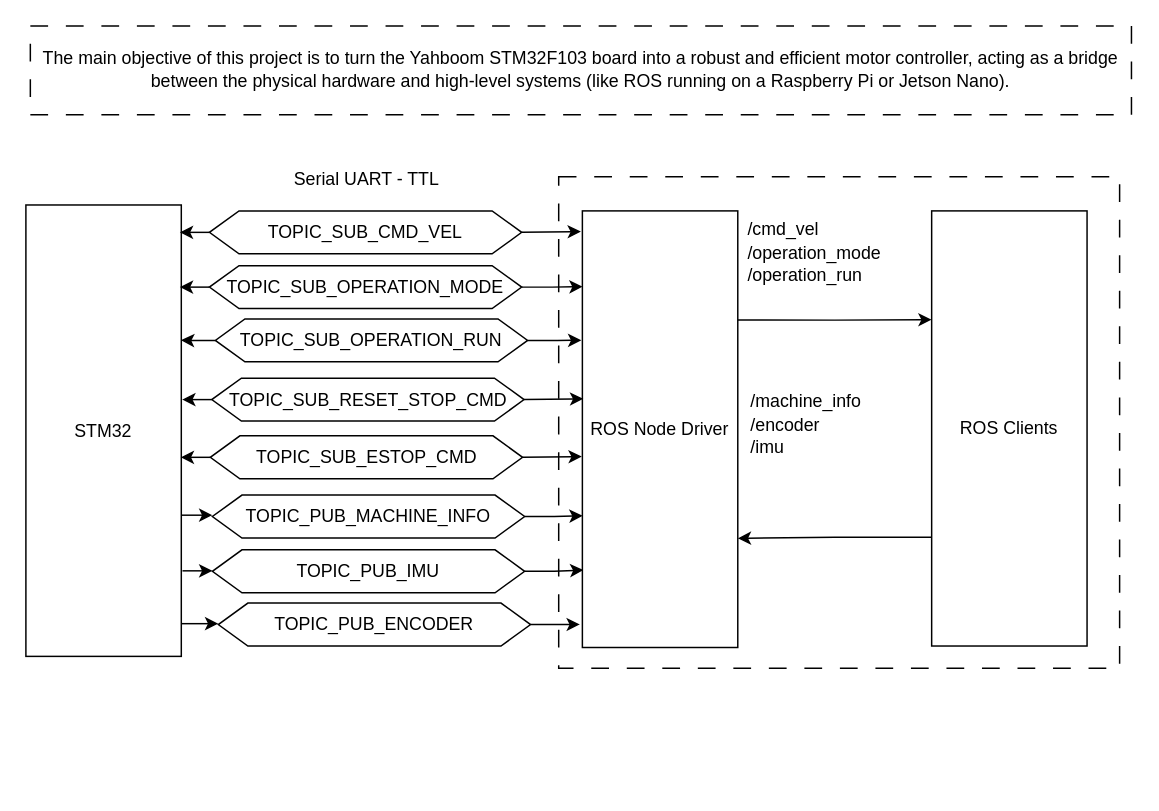
The draw.io diagram page "General" (1 of 5) of docs/device.drawio in ipobletev/yahboom-stm32f103-ros-boardcontrol, before the edit. Source tidied: cells renumbered, new cells numbered last; positions are measured from the earlier drawing's top-left corner, leaving out a move shared by most shapes. Both pictures are drawn from the tidied source at 148%, with x=0, y=0 at pixel (25, 25).
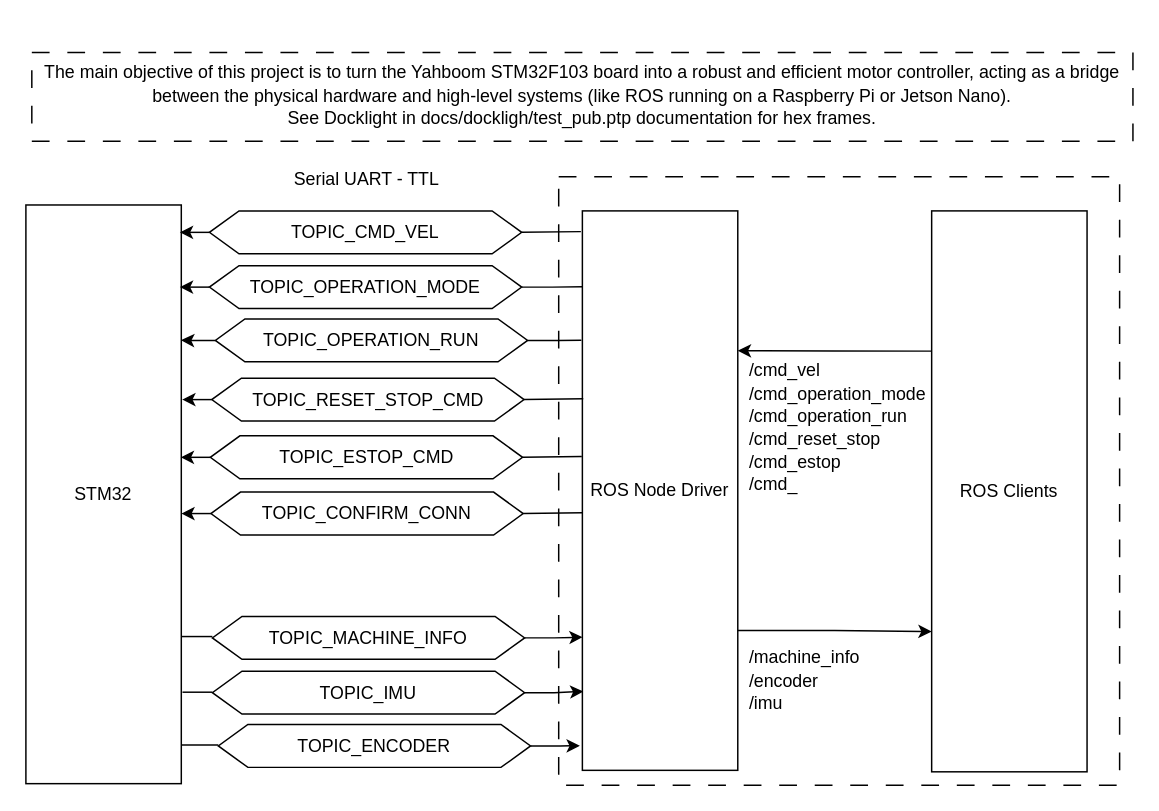
The same page after the edit.

Commit message (it also covers changes not shown here):
added TOPIC_SUB_CONFIRM_CONN feature

Change to the diagram source:
```diff
@@
     <mxCell id="2" style="rounded=0;whiteSpace=wrap;html=1;hachureGap=4;fontFamily=Architects Daughter;dashed=1;dashPattern=12 12;" parent="1" vertex="1">
-      <mxGeometry x="360" y="102" width="379" height="332" as="geometry" />
+      <mxGeometry x="360" y="102" width="379" height="411" as="geometry" />
     </mxCell>
@@
     <mxCell id="4" value="&lt;font face=&quot;Helvetica&quot;&gt;STM32&lt;/font&gt;" style="rounded=0;whiteSpace=wrap;html=1;hachureGap=4;fontFamily=Architects Daughter;" parent="1" vertex="1">
-      <mxGeometry y="121" width="105" height="305" as="geometry" />
+      <mxGeometry y="121" width="105" height="391" as="geometry" />
     </mxCell>
@@
-    <mxCell id="6" value="&lt;font face=&quot;Helvetica&quot;&gt;TOPIC_SUB_CMD_VEL&lt;/font&gt;" style="shape=hexagon;perimeter=hexagonPerimeter2;whiteSpace=wrap;html=1;fixedSize=1;hachureGap=4;fontFamily=Architects Daughter;" parent="1" vertex="1">
+    <mxCell id="6" value="&lt;font face=&quot;Helvetica&quot;&gt;TOPIC_CMD_VEL&lt;/font&gt;" style="shape=hexagon;perimeter=hexagonPerimeter2;whiteSpace=wrap;html=1;fixedSize=1;hachureGap=4;fontFamily=Architects Daughter;" parent="1" vertex="1">
       <mxGeometry x="124" y="125" width="211" height="29" as="geometry" />
     </mxCell>
-    <mxCell id="7" style="edgeStyle=orthogonalEdgeStyle;rounded=0;hachureGap=4;jettySize=auto;html=1;exitX=1;exitY=0.5;exitDx=0;exitDy=0;fontFamily=Architects Daughter;" parent="1" edge="1" source="9">
+    <mxCell id="7" style="edgeStyle=orthogonalEdgeStyle;rounded=0;hachureGap=4;jettySize=auto;html=1;exitX=1;exitY=0.5;exitDx=0;exitDy=0;fontFamily=Architects Daughter;endArrow=none;endFill=0;" parent="1" edge="1" source="9">
       <mxGeometry relative="1" as="geometry">
         <mxPoint x="376.2" y="176.2" as="targetPoint" />
       </mxGeometry>
     </mxCell>
@@
-    <mxCell id="9" value="&lt;font face=&quot;Helvetica&quot;&gt;TOPIC_SUB_OPERATION_MODE&lt;/font&gt;" style="shape=hexagon;perimeter=hexagonPerimeter2;whiteSpace=wrap;html=1;fixedSize=1;hachureGap=4;fontFamily=Architects Daughter;" parent="1" vertex="1">
+    <mxCell id="9" value="&lt;font face=&quot;Helvetica&quot;&gt;TOPIC_OPERATION_MODE&lt;/font&gt;" style="shape=hexagon;perimeter=hexagonPerimeter2;whiteSpace=wrap;html=1;fixedSize=1;hachureGap=4;fontFamily=Architects Daughter;" parent="1" vertex="1">
       <mxGeometry x="124" y="162" width="211" height="29" as="geometry" />
     </mxCell>
-    <mxCell id="10" style="edgeStyle=orthogonalEdgeStyle;rounded=0;hachureGap=4;jettySize=auto;html=1;fontFamily=Architects Daughter;" parent="1" edge="1" source="12">
+    <mxCell id="10" style="edgeStyle=orthogonalEdgeStyle;rounded=0;hachureGap=4;jettySize=auto;html=1;fontFamily=Architects Daughter;endArrow=none;endFill=0;" parent="1" edge="1" source="12">
       <mxGeometry relative="1" as="geometry">
         <mxPoint x="375.3" y="212.4" as="targetPoint" />
       </mxGeometry>
     </mxCell>
@@
-    <mxCell id="12" value="&lt;font face=&quot;Helvetica&quot;&gt;TOPIC_SUB_OPERATION_RUN&lt;/font&gt;" style="shape=hexagon;perimeter=hexagonPerimeter2;whiteSpace=wrap;html=1;fixedSize=1;hachureGap=4;fontFamily=Architects Daughter;" parent="1" vertex="1">
+    <mxCell id="12" value="&lt;font face=&quot;Helvetica&quot;&gt;TOPIC_OPERATION_RUN&lt;/font&gt;" style="shape=hexagon;perimeter=hexagonPerimeter2;whiteSpace=wrap;html=1;fixedSize=1;hachureGap=4;fontFamily=Architects Daughter;" parent="1" vertex="1">
       <mxGeometry x="128" y="198" width="211" height="29" as="geometry" />
     </mxCell>
     <mxCell id="13" style="edgeStyle=orthogonalEdgeStyle;rounded=0;hachureGap=4;jettySize=auto;html=1;fontFamily=Architects Daughter;" parent="1" edge="1" source="15">
       <mxGeometry relative="1" as="geometry">
-        <mxPoint x="376.2" y="331" as="targetPoint" />
+        <mxPoint x="376.2" y="413" as="targetPoint" />
       </mxGeometry>
     </mxCell>
-    <mxCell id="14" style="edgeStyle=orthogonalEdgeStyle;rounded=0;hachureGap=4;jettySize=auto;html=1;exitX=0;exitY=0.5;exitDx=0;exitDy=0;fontFamily=Architects Daughter;entryX=0;entryY=0.5;entryDx=0;entryDy=0;" parent="1" edge="1" target="15">
+    <mxCell id="14" style="edgeStyle=orthogonalEdgeStyle;rounded=0;hachureGap=4;jettySize=auto;html=1;exitX=0;exitY=0.5;exitDx=0;exitDy=0;fontFamily=Architects Daughter;entryX=0;entryY=0.5;entryDx=0;entryDy=0;endArrow=none;endFill=0;" parent="1" edge="1" target="15">
       <mxGeometry relative="1" as="geometry">
-        <mxPoint x="104.8" y="330.6" as="sourcePoint" />
+        <mxPoint x="104.8" y="412.6" as="sourcePoint" />
       </mxGeometry>
     </mxCell>
-    <mxCell id="15" value="&lt;font face=&quot;Helvetica&quot;&gt;TOPIC_PUB_MACHINE_INFO&lt;/font&gt;" style="shape=hexagon;perimeter=hexagonPerimeter2;whiteSpace=wrap;html=1;fixedSize=1;hachureGap=4;fontFamily=Architects Daughter;" parent="1" vertex="1">
-      <mxGeometry x="126" y="317" width="211" height="29" as="geometry" />
+    <mxCell id="15" value="&lt;font face=&quot;Helvetica&quot;&gt;TOPIC_MACHINE_INFO&lt;/font&gt;" style="shape=hexagon;perimeter=hexagonPerimeter2;whiteSpace=wrap;html=1;fixedSize=1;hachureGap=4;fontFamily=Architects Daughter;" parent="1" vertex="1">
+      <mxGeometry x="126" y="399" width="211" height="29" as="geometry" />
     </mxCell>
     <mxCell id="16" style="edgeStyle=orthogonalEdgeStyle;rounded=0;hachureGap=4;jettySize=auto;html=1;fontFamily=Architects Daughter;" parent="1" edge="1" source="18">
       <mxGeometry relative="1" as="geometry">
-        <mxPoint x="376.7" y="367.7" as="targetPoint" />
+        <mxPoint x="376.7" y="449.7" as="targetPoint" />
       </mxGeometry>
     </mxCell>
-    <mxCell id="17" style="edgeStyle=orthogonalEdgeStyle;rounded=0;hachureGap=4;jettySize=auto;html=1;exitX=0;exitY=0.5;exitDx=0;exitDy=0;fontFamily=Architects Daughter;entryX=0;entryY=0.5;entryDx=0;entryDy=0;" parent="1" edge="1" target="18">
+    <mxCell id="17" style="edgeStyle=orthogonalEdgeStyle;rounded=0;hachureGap=4;jettySize=auto;html=1;exitX=0;exitY=0.5;exitDx=0;exitDy=0;fontFamily=Architects Daughter;entryX=0;entryY=0.5;entryDx=0;entryDy=0;endArrow=none;endFill=0;" parent="1" edge="1" target="18">
       <mxGeometry relative="1" as="geometry">
-        <mxPoint x="105.8" y="368.2" as="sourcePoint" />
+        <mxPoint x="105.8" y="450.2" as="sourcePoint" />
       </mxGeometry>
     </mxCell>
-    <mxCell id="18" value="&lt;font face=&quot;Helvetica&quot;&gt;TOPIC_PUB_IMU&lt;/font&gt;" style="shape=hexagon;perimeter=hexagonPerimeter2;whiteSpace=wrap;html=1;fixedSize=1;hachureGap=4;fontFamily=Architects Daughter;" parent="1" vertex="1">
-      <mxGeometry x="126" y="354" width="211" height="29" as="geometry" />
+    <mxCell id="18" value="&lt;font face=&quot;Helvetica&quot;&gt;TOPIC_IMU&lt;/font&gt;" style="shape=hexagon;perimeter=hexagonPerimeter2;whiteSpace=wrap;html=1;fixedSize=1;hachureGap=4;fontFamily=Architects Daughter;" parent="1" vertex="1">
+      <mxGeometry x="126" y="436" width="211" height="29" as="geometry" />
     </mxCell>
     <mxCell id="19" style="edgeStyle=orthogonalEdgeStyle;rounded=0;hachureGap=4;jettySize=auto;html=1;fontFamily=Architects Daughter;" parent="1" edge="1" source="21">
       <mxGeometry relative="1" as="geometry">
-        <mxPoint x="374.3" y="404.4" as="targetPoint" />
+        <mxPoint x="374.3" y="486.4" as="targetPoint" />
       </mxGeometry>
     </mxCell>
-    <mxCell id="20" style="edgeStyle=orthogonalEdgeStyle;rounded=0;hachureGap=4;jettySize=auto;html=1;exitX=0;exitY=0.5;exitDx=0;exitDy=0;fontFamily=Architects Daughter;entryX=0;entryY=0.5;entryDx=0;entryDy=0;" parent="1" edge="1" target="21">
+    <mxCell id="20" style="edgeStyle=orthogonalEdgeStyle;rounded=0;hachureGap=4;jettySize=auto;html=1;exitX=0;exitY=0.5;exitDx=0;exitDy=0;fontFamily=Architects Daughter;entryX=0;entryY=0.5;entryDx=0;entryDy=0;endArrow=none;endFill=0;" parent="1" edge="1" target="21">
       <mxGeometry relative="1" as="geometry">
-        <mxPoint x="105.3" y="403.9" as="sourcePoint" />
+        <mxPoint x="105.3" y="485.9" as="sourcePoint" />
       </mxGeometry>
     </mxCell>
-    <mxCell id="21" value="&lt;font face=&quot;Helvetica&quot;&gt;TOPIC_PUB_ENCODER&lt;/font&gt;" style="shape=hexagon;perimeter=hexagonPerimeter2;whiteSpace=wrap;html=1;fixedSize=1;hachureGap=4;fontFamily=Architects Daughter;" parent="1" vertex="1">
-      <mxGeometry x="130" y="390" width="211" height="29" as="geometry" />
+    <mxCell id="21" value="&lt;font face=&quot;Helvetica&quot;&gt;TOPIC_ENCODER&lt;/font&gt;" style="shape=hexagon;perimeter=hexagonPerimeter2;whiteSpace=wrap;html=1;fixedSize=1;hachureGap=4;fontFamily=Architects Daughter;" parent="1" vertex="1">
+      <mxGeometry x="130" y="472" width="211" height="29" as="geometry" />
     </mxCell>
-    <mxCell id="22" style="edgeStyle=orthogonalEdgeStyle;rounded=0;hachureGap=4;jettySize=auto;html=1;exitX=1;exitY=0.25;exitDx=0;exitDy=0;entryX=0;entryY=0.25;entryDx=0;entryDy=0;fontFamily=Architects Daughter;" parent="1" edge="1" source="23" target="27">
+    <mxCell id="22" style="edgeStyle=orthogonalEdgeStyle;rounded=0;hachureGap=4;jettySize=auto;html=1;exitX=0;exitY=0.25;exitDx=0;exitDy=0;entryX=1;entryY=0.25;entryDx=0;entryDy=0;fontFamily=Architects Daughter;" parent="1" edge="1" source="27" target="23">
       <mxGeometry relative="1" as="geometry" />
     </mxCell>
     <mxCell id="23" value="&lt;font face=&quot;Helvetica&quot;&gt;ROS Node Driver&lt;/font&gt;" style="rounded=0;whiteSpace=wrap;html=1;hachureGap=4;fontFamily=Architects Daughter;" parent="1" vertex="1">
-      <mxGeometry x="376" y="125" width="105" height="295" as="geometry" />
+      <mxGeometry x="376" y="125" width="105" height="378" as="geometry" />
     </mxCell>
     <mxCell id="24" value="&lt;span style=&quot;font-family: Helvetica;&quot;&gt;/machine_info&lt;/span&gt;&lt;br style=&quot;font-family: Helvetica;&quot;&gt;&lt;font face=&quot;Helvetica&quot;&gt;/encoder&lt;/font&gt;&lt;br&gt;&lt;font face=&quot;Helvetica&quot;&gt;/imu&lt;br&gt;&lt;/font&gt;" style="text;html=1;align=left;verticalAlign=middle;strokeColor=none;fillColor=none;fontFamily=Architects Daughter;" parent="1" vertex="1">
-      <mxGeometry x="487.5" y="241" width="93" height="58" as="geometry" />
+      <mxGeometry x="487" y="414" width="93" height="58" as="geometry" />
     </mxCell>
-    <mxCell id="25" value="&lt;font face=&quot;Helvetica&quot;&gt;/cmd_vel&lt;/font&gt;&lt;br&gt;&lt;font face=&quot;Helvetica&quot;&gt;/operation_mode&lt;br&gt;/operation_run&lt;br&gt;&lt;/font&gt;" style="text;html=1;align=left;verticalAlign=middle;strokeColor=none;fillColor=none;fontFamily=Architects Daughter;" parent="1" vertex="1">
-      <mxGeometry x="486" y="125" width="108" height="58" as="geometry" />
+    <mxCell id="25" value="&lt;font face=&quot;Helvetica&quot;&gt;/cmd_vel&lt;/font&gt;&lt;br&gt;&lt;font face=&quot;Helvetica&quot;&gt;/&lt;/font&gt;&lt;span style=&quot;font-family: Helvetica;&quot;&gt;cmd_&lt;/span&gt;&lt;font face=&quot;Helvetica&quot;&gt;operation_mode&lt;br&gt;/&lt;/font&gt;&lt;span style=&quot;font-family: Helvetica;&quot;&gt;cmd_&lt;/span&gt;&lt;font face=&quot;Helvetica&quot;&gt;operation_run&lt;br&gt;&lt;/font&gt;&lt;div&gt;&lt;font face=&quot;Helvetica&quot;&gt;/&lt;/font&gt;&lt;span style=&quot;font-family: Helvetica; background-color: initial;&quot;&gt;cmd_&lt;/span&gt;&lt;span style=&quot;font-family: Helvetica; background-color: initial;&quot;&gt;reset_stop&lt;/span&gt;&lt;/div&gt;&lt;div&gt;&lt;font face=&quot;Helvetica&quot;&gt;/cmd_estop&lt;/font&gt;&lt;/div&gt;&lt;div&gt;&lt;font face=&quot;Helvetica&quot;&gt;/&lt;/font&gt;&lt;span style=&quot;font-family: Helvetica; background-color: initial;&quot;&gt;cmd_&lt;/span&gt;&lt;/div&gt;" style="text;html=1;align=left;verticalAlign=middle;strokeColor=none;fillColor=none;fontFamily=Architects Daughter;" parent="1" vertex="1">
+      <mxGeometry x="487" y="220" width="137" height="104" as="geometry" />
     </mxCell>
-    <mxCell id="26" style="edgeStyle=orthogonalEdgeStyle;rounded=0;hachureGap=4;jettySize=auto;html=1;exitX=0;exitY=0.75;exitDx=0;exitDy=0;entryX=1;entryY=0.75;entryDx=0;entryDy=0;fontFamily=Architects Daughter;" parent="1" edge="1" source="27" target="23">
+    <mxCell id="26" style="edgeStyle=orthogonalEdgeStyle;rounded=0;hachureGap=4;jettySize=auto;html=1;exitX=1;exitY=0.75;exitDx=0;exitDy=0;entryX=0;entryY=0.75;entryDx=0;entryDy=0;fontFamily=Architects Daughter;" parent="1" edge="1" source="23" target="27">
       <mxGeometry relative="1" as="geometry" />
     </mxCell>
     <mxCell id="27" value="&lt;font face=&quot;Helvetica&quot;&gt;ROS Clients&lt;/font&gt;" style="rounded=0;whiteSpace=wrap;html=1;hachureGap=4;fontFamily=Architects Daughter;" parent="1" vertex="1">
-      <mxGeometry x="612" y="125" width="105" height="294" as="geometry" />
+      <mxGeometry x="612" y="125" width="105" height="379" as="geometry" />
     </mxCell>
-    <mxCell id="28" style="edgeStyle=orthogonalEdgeStyle;rounded=0;hachureGap=4;jettySize=auto;html=1;exitX=1;exitY=0.5;exitDx=0;exitDy=0;fontFamily=Architects Daughter;" parent="1" edge="1" source="6">
+    <mxCell id="28" style="edgeStyle=orthogonalEdgeStyle;rounded=0;hachureGap=4;jettySize=auto;html=1;exitX=1;exitY=0.5;exitDx=0;exitDy=0;fontFamily=Architects Daughter;endArrow=none;endFill=0;" parent="1" edge="1" source="6">
       <mxGeometry relative="1" as="geometry">
         <mxPoint x="375" y="139" as="targetPoint" />
       </mxGeometry>
     </mxCell>
@@
-    <mxCell id="30" value="&lt;font face=&quot;Helvetica&quot;&gt;TOPIC_SUB_RESET_STOP_CMD&lt;/font&gt;" style="shape=hexagon;perimeter=hexagonPerimeter2;whiteSpace=wrap;html=1;fixedSize=1;hachureGap=4;fontFamily=Architects Daughter;" parent="1" vertex="1">
+    <mxCell id="30" value="&lt;font face=&quot;Helvetica&quot;&gt;TOPIC_RESET_STOP_CMD&lt;/font&gt;" style="shape=hexagon;perimeter=hexagonPerimeter2;whiteSpace=wrap;html=1;fixedSize=1;hachureGap=4;fontFamily=Architects Daughter;" parent="1" vertex="1">
       <mxGeometry x="125.6" y="238" width="211" height="29" as="geometry" />
     </mxCell>
-    <mxCell id="31" style="edgeStyle=orthogonalEdgeStyle;rounded=0;hachureGap=4;jettySize=auto;html=1;exitX=1;exitY=0.5;exitDx=0;exitDy=0;fontFamily=Architects Daughter;" parent="1" edge="1" source="30">
+    <mxCell id="31" style="edgeStyle=orthogonalEdgeStyle;rounded=0;hachureGap=4;jettySize=auto;html=1;exitX=1;exitY=0.5;exitDx=0;exitDy=0;fontFamily=Architects Daughter;endArrow=none;endFill=0;" parent="1" edge="1" source="30">
       <mxGeometry relative="1" as="geometry">
         <mxPoint x="376.6" y="252" as="targetPoint" />
       </mxGeometry>
     </mxCell>
@@
-    <mxCell id="33" value="&lt;font face=&quot;Helvetica&quot;&gt;TOPIC_SUB_ESTOP_CMD&lt;/font&gt;" style="shape=hexagon;perimeter=hexagonPerimeter2;whiteSpace=wrap;html=1;fixedSize=1;hachureGap=4;fontFamily=Architects Daughter;" parent="1" vertex="1">
+    <mxCell id="33" value="&lt;font face=&quot;Helvetica&quot;&gt;TOPIC_ESTOP_CMD&lt;/font&gt;" style="shape=hexagon;perimeter=hexagonPerimeter2;whiteSpace=wrap;html=1;fixedSize=1;hachureGap=4;fontFamily=Architects Daughter;" parent="1" vertex="1">
       <mxGeometry x="124.6" y="277" width="211" height="29" as="geometry" />
     </mxCell>
-    <mxCell id="34" style="edgeStyle=orthogonalEdgeStyle;rounded=0;hachureGap=4;jettySize=auto;html=1;exitX=1;exitY=0.5;exitDx=0;exitDy=0;fontFamily=Architects Daughter;" parent="1" edge="1" source="33">
+    <mxCell id="34" style="edgeStyle=orthogonalEdgeStyle;rounded=0;hachureGap=4;jettySize=auto;html=1;exitX=1;exitY=0.5;exitDx=0;exitDy=0;fontFamily=Architects Daughter;endArrow=none;endFill=0;" parent="1" edge="1" source="33">
       <mxGeometry relative="1" as="geometry">
         <mxPoint x="375.6" y="291" as="targetPoint" />
       </mxGeometry>
     </mxCell>
-    <mxCell id="35" value="&lt;font face=&quot;Helvetica&quot;&gt;The main objective of this project is to turn the Yahboom STM32F103 board into a robust and efficient motor controller, acting as a bridge between the physical hardware and high-level systems (like ROS running on a Raspberry Pi or Jetson Nano).&lt;/font&gt;" style="rounded=0;whiteSpace=wrap;html=1;hachureGap=4;fontFamily=Architects Daughter;dashed=1;dashPattern=12 12;" parent="1" vertex="1">
-      <mxGeometry x="3" width="744" height="60" as="geometry" />
+    <mxCell id="35" value="&lt;font face=&quot;Helvetica&quot;&gt;The main objective of this project is to turn the Yahboom STM32F103 board into a robust and efficient motor controller, acting as a bridge between the physical hardware and high-level systems (like ROS running on a Raspberry Pi or Jetson Nano). &lt;br&gt;See Docklight in docs/dockligh/test_pub.ptp&amp;nbsp;documentation for hex frames.&lt;/font&gt;" style="rounded=0;whiteSpace=wrap;html=1;hachureGap=4;fontFamily=Architects Daughter;dashed=1;dashPattern=12 12;" parent="1" vertex="1">
+      <mxGeometry x="4" y="18" width="744" height="60" as="geometry" />
     </mxCell>
+    <mxCell id="36" style="edgeStyle=orthogonalEdgeStyle;rounded=0;hachureGap=4;jettySize=auto;html=1;fontFamily=Architects Daughter;" parent="1" edge="1" source="37">
+      <mxGeometry relative="1" as="geometry">
+        <mxPoint x="104.4" y="329.1" as="targetPoint" />
+      </mxGeometry>
+    </mxCell>
+    <mxCell id="37" value="&lt;font face=&quot;Helvetica&quot;&gt;TOPIC_CONFIRM_CONN&lt;/font&gt;" style="shape=hexagon;perimeter=hexagonPerimeter2;whiteSpace=wrap;html=1;fixedSize=1;hachureGap=4;fontFamily=Architects Daughter;" parent="1" vertex="1">
+      <mxGeometry x="125" y="315" width="211" height="29" as="geometry" />
+    </mxCell>
+    <mxCell id="38" style="edgeStyle=orthogonalEdgeStyle;rounded=0;hachureGap=4;jettySize=auto;html=1;exitX=1;exitY=0.5;exitDx=0;exitDy=0;fontFamily=Architects Daughter;endArrow=none;endFill=0;" parent="1" edge="1" source="37">
+      <mxGeometry relative="1" as="geometry">
+        <mxPoint x="376" y="329" as="targetPoint" />
+      </mxGeometry>
+    </mxCell>
```
